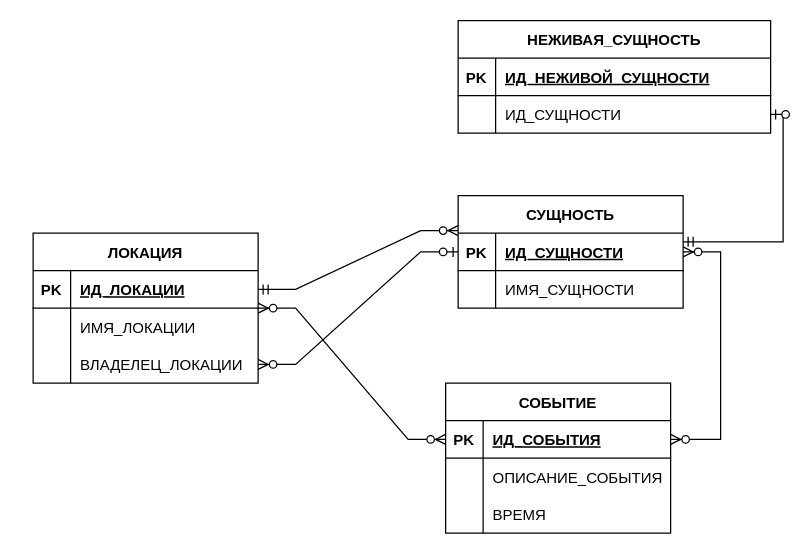
The draw.io diagram bd1.drawio in Zerumi/bd1_180223_367837, before the edit. Source tidied: cells renumbered, new cells numbered last; positions are measured from the earlier drawing's top-left corner, leaving out a move shared by most shapes. Both pictures are drawn from the tidied source at 125%, with x=0, y=0 at pixel (32, 20).
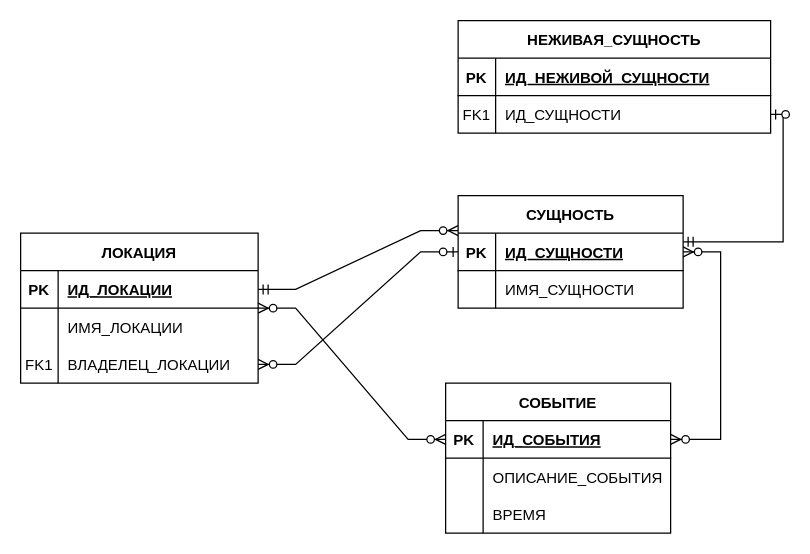
After the change.

Unchanged cells that the change refers to:
```xml
<mxCell id="28" style="shape=tableRow;horizontal=0;startSize=0;swimlaneHead=0;swimlaneBody=0;fillColor=none;points=[[0,0.5],[1,0.5]];portConstraint=eastwest;top=0;left=0;right=0;bottom=0;" parent="24" vertex="1">
  <mxGeometry y="60" width="250" height="30" as="geometry" />
</mxCell>
```

The edit, as a diff of the source:
```diff
@@
     <mxCell id="7" value="ЛОКАЦИЯ" style="shape=table;startSize=30;childLayout=tableLayout;rowLines=0;fontStyle=1;align=center;" parent="1" vertex="1">
-      <mxGeometry y="170" width="180" height="120" as="geometry" />
+      <mxGeometry x="-10" y="170" width="190" height="120" as="geometry" />
     </mxCell>
     <mxCell id="8" style="shape=tableRow;horizontal=0;startSize=0;swimlaneHead=0;swimlaneBody=0;fillColor=none;points=[[0,0.5],[1,0.5]];portConstraint=eastwest;top=0;left=0;right=0;bottom=1;" parent="7" vertex="1">
-      <mxGeometry y="30" width="180" height="30" as="geometry" />
+      <mxGeometry y="30" width="190" height="30" as="geometry" />
     </mxCell>
@@
     <mxCell id="10" value="ИД_ЛОКАЦИИ" style="shape=partialRectangle;fillColor=none;top=0;left=0;bottom=0;right=0;align=left;spacingLeft=6;fontStyle=5;overflow=hidden;" parent="8" vertex="1">
-      <mxGeometry x="30" width="150" height="30" as="geometry" />
+      <mxGeometry x="30" width="160" height="30" as="geometry" />
     </mxCell>
     <mxCell id="11" style="shape=tableRow;horizontal=0;startSize=0;swimlaneHead=0;swimlaneBody=0;fillColor=none;top=0;left=0;right=0;bottom=0;" parent="7" vertex="1">
-      <mxGeometry y="60" width="180" height="30" as="geometry" />
+      <mxGeometry y="60" width="190" height="30" as="geometry" />
     </mxCell>
@@
     <mxCell id="13" value="ИМЯ_ЛОКАЦИИ" style="shape=partialRectangle;fillColor=none;top=0;left=0;bottom=0;right=0;align=left;spacingLeft=6;overflow=hidden;" parent="11" vertex="1">
-      <mxGeometry x="30" width="150" height="30" as="geometry" />
+      <mxGeometry x="30" width="160" height="30" as="geometry" />
     </mxCell>
     <mxCell id="14" style="shape=tableRow;horizontal=0;startSize=0;swimlaneHead=0;swimlaneBody=0;fillColor=none;points=[[0,0.5],[1,0.5]];portConstraint=eastwest;top=0;left=0;right=0;bottom=0;" parent="7" vertex="1">
-      <mxGeometry y="90" width="180" height="30" as="geometry" />
+      <mxGeometry y="90" width="190" height="30" as="geometry" />
     </mxCell>
-    <mxCell id="15" style="shape=partialRectangle;fillColor=none;top=0;left=0;bottom=0;right=0;overflow=hidden;" parent="14" vertex="1">
+    <mxCell id="15" value="FK1" style="shape=partialRectangle;fillColor=none;top=0;left=0;bottom=0;right=0;overflow=hidden;" parent="14" vertex="1">
       <mxGeometry width="30" height="30" as="geometry" />
     </mxCell>
     <mxCell id="16" value="ВЛАДЕЛЕЦ_ЛОКАЦИИ" style="shape=partialRectangle;fillColor=none;top=0;left=0;bottom=0;right=0;align=left;spacingLeft=6;overflow=hidden;" parent="14" vertex="1">
-      <mxGeometry x="30" width="150" height="30" as="geometry" />
+      <mxGeometry x="30" width="160" height="30" as="geometry" />
     </mxCell>
@@
-    <mxCell id="29" style="shape=partialRectangle;fillColor=none;top=0;left=0;bottom=0;right=0;overflow=hidden;" parent="28" vertex="1">
+    <mxCell id="29" value="FK1" style="shape=partialRectangle;fillColor=none;top=0;left=0;bottom=0;right=0;overflow=hidden;" parent="28" vertex="1">
       <mxGeometry width="30" height="30" as="geometry" />
     </mxCell>
```
